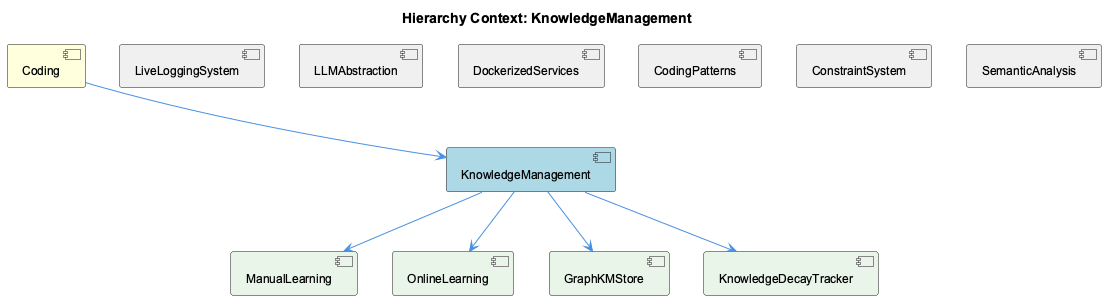
This is knowledge-management/insights/images/knowledge-management-relationship.png from fwornle/coding, a PlantUML export, as it was before one commit.
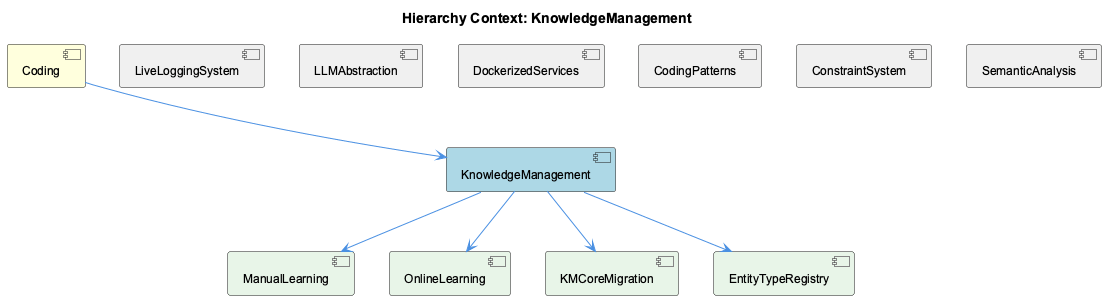
Above is the later version.

Diff of the diagram source:
```diff
@@ -13,8 +13,8 @@
 [SemanticAnalysis] as semantic_analysis #F0F0F0
 [ManualLearning] as manual_learning #E8F5E8
 [OnlineLearning] as online_learning #E8F5E8
-[GraphKMStore] as graph_kmstore #E8F5E8
-[KnowledgeDecayTracker] as knowledge_decay_tracker #E8F5E8
+[KMCoreMigration] as kmcore_migration #E8F5E8
+[EntityTypeRegistry] as entity_type_registry #E8F5E8
 
 coding --> knowledge_management
 live_logging_system -[hidden]- knowledge_management
@@ -25,7 +25,7 @@
 semantic_analysis -[hidden]- knowledge_management
 knowledge_management --> manual_learning
 knowledge_management --> online_learning
-knowledge_management --> graph_kmstore
-knowledge_management --> knowledge_decay_tracker
+knowledge_management --> kmcore_migration
+knowledge_management --> entity_type_registry
 
 @enduml
```
